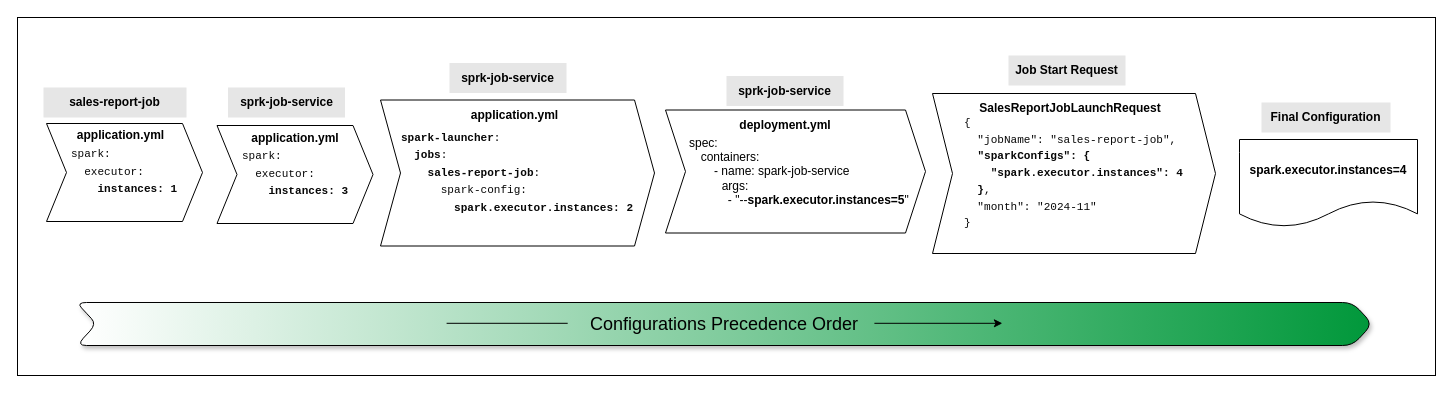
Above: img/Configurations_Precedence_Order.drawio in paulchen8206/Spark-Platform-on-Kubernetes-with-Spring-Boot (draw.io), before the change. Source tidied: cells renumbered, new cells numbered last; positions are measured from the earlier drawing's top-left corner, leaving out a move shared by most shapes. Both pictures are drawn from the tidied source at 100%, with x=0, y=0 at pixel (17, 17).
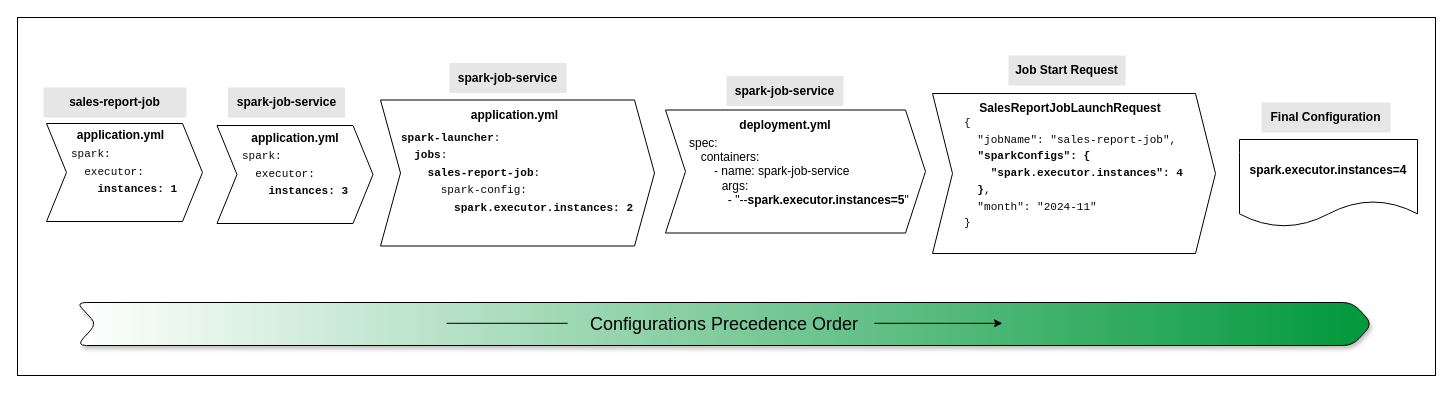
After the change.

Unchanged cells that the change refers to:
```xml
<mxCell id="7" style="group;" parent="1" vertex="1">
  <mxGeometry x="363" y="45.5" width="274" height="183" as="geometry" />
</mxCell>
<mxCell id="11" style="group;" parent="1" vertex="1">
  <mxGeometry x="199.5" y="70" width="156" height="136" as="geometry" />
</mxCell>
<mxCell id="15" style="group;" parent="1" vertex="1">
  <mxGeometry x="648" y="58.5" width="260" height="157" as="geometry" />
</mxCell>
```

What changed in the source:
```diff
@@
-    <mxCell id="10" value="&lt;b&gt;sprk-job-service&lt;/b&gt;" style="text;html=1;align=center;verticalAlign=middle;whiteSpace=wrap;rounded=0;fillColor=#E6E6E6;fillStyle=solid;" parent="7" vertex="1">
+    <mxCell id="10" value="&lt;b&gt;spark-job-service&lt;/b&gt;" style="text;html=1;align=center;verticalAlign=middle;whiteSpace=wrap;rounded=0;fillColor=#E6E6E6;fillStyle=solid;" parent="7" vertex="1">
       <mxGeometry x="69" width="117" height="30" as="geometry" />
     </mxCell>
@@
-    <mxCell id="13" value="&lt;b&gt;sprk-job-service&lt;/b&gt;" style="text;html=1;align=center;verticalAlign=middle;whiteSpace=wrap;rounded=0;fillColor=#E6E6E6;fillStyle=solid;" parent="11" vertex="1">
+    <mxCell id="13" value="&lt;b&gt;spark-job-service&lt;/b&gt;" style="text;html=1;align=center;verticalAlign=middle;whiteSpace=wrap;rounded=0;fillColor=#E6E6E6;fillStyle=solid;" parent="11" vertex="1">
       <mxGeometry x="11" width="117" height="30" as="geometry" />
     </mxCell>
@@
-    <mxCell id="18" value="&lt;b&gt;sprk-job-service&lt;/b&gt;" style="text;html=1;align=center;verticalAlign=middle;whiteSpace=wrap;rounded=0;fillColor=#E6E6E6;fillStyle=solid;" parent="15" vertex="1">
+    <mxCell id="18" value="&lt;b&gt;spark-job-service&lt;/b&gt;" style="text;html=1;align=center;verticalAlign=middle;whiteSpace=wrap;rounded=0;fillColor=#E6E6E6;fillStyle=solid;" parent="15" vertex="1">
       <mxGeometry x="61" width="117" height="30" as="geometry" />
     </mxCell>
```
